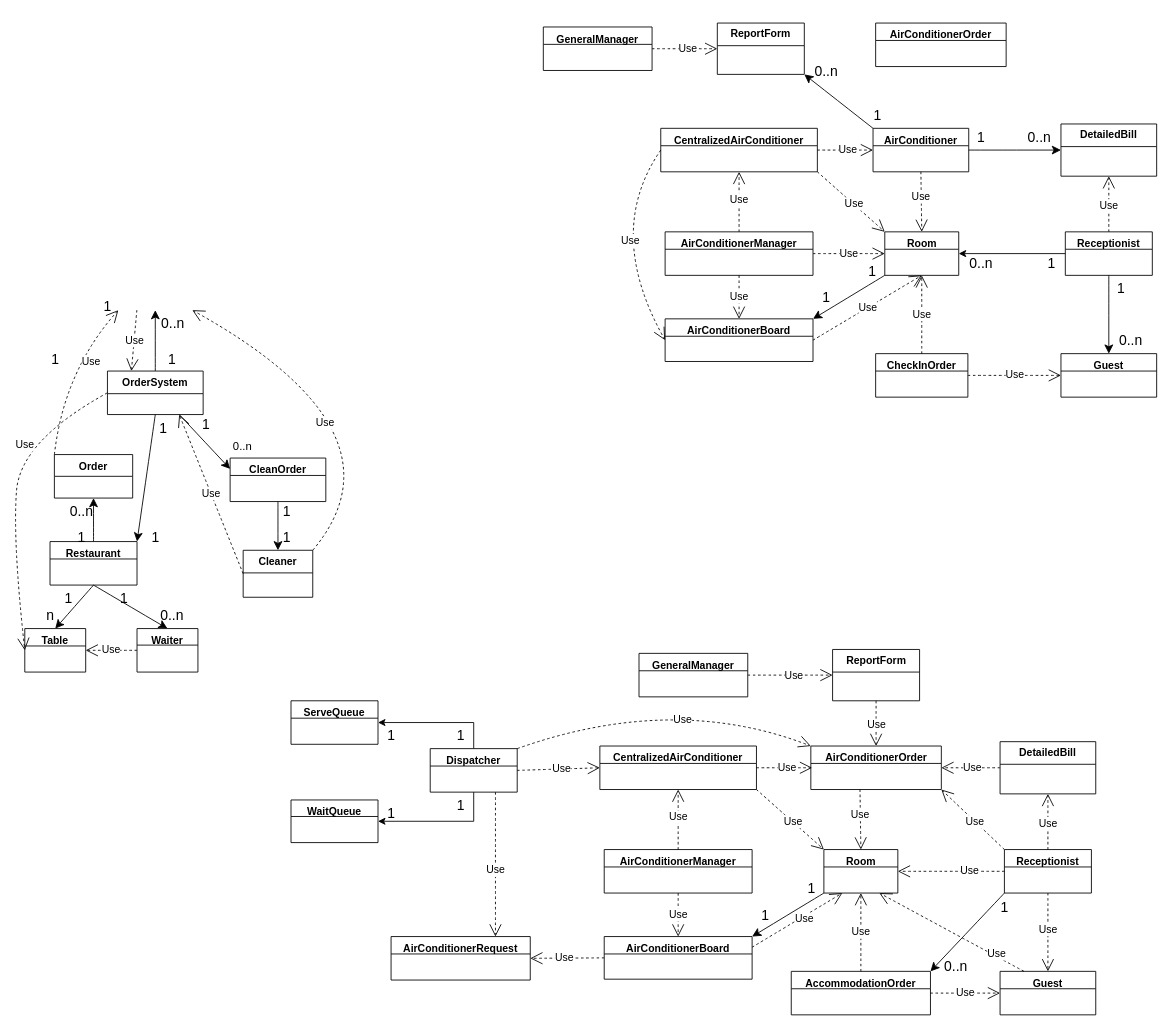
Before: UML.drawio in lyhkk/Test, a draw.io diagram. Source tidied: cells renumbered, new cells numbered last; positions are measured from the earlier drawing's top-left corner, leaving out a move shared by most shapes. Both pictures are drawn from the tidied source at 87%, with x=0, y=0 at pixel (12, 23).
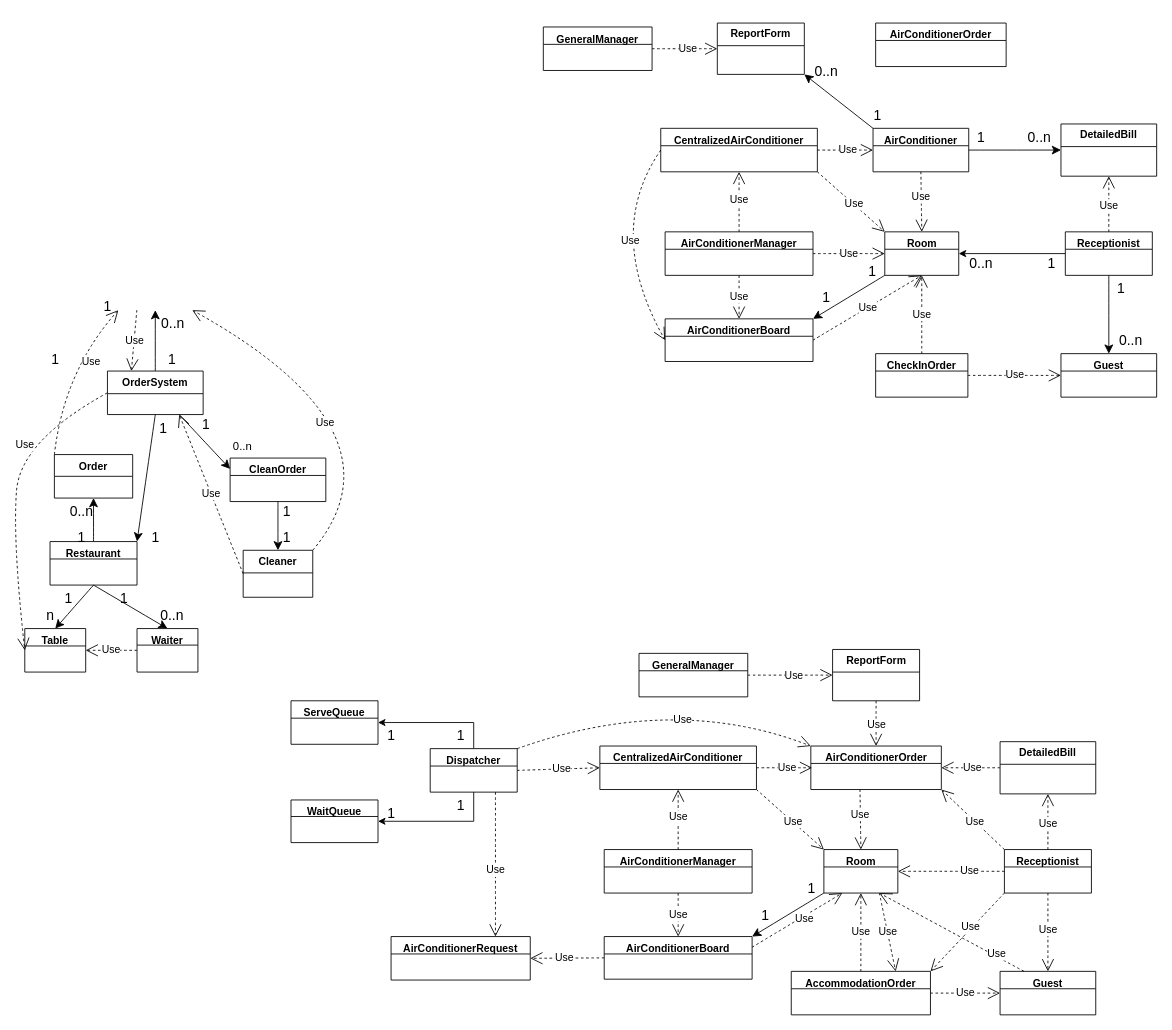
The same diagram, later.

The change refers to these unchanged cells:
```xml
<mxCell id="79" value="Room" style="swimlane;fontStyle=1;align=center;verticalAlign=top;horizontal=1;startSize=20;whiteSpace=wrap;html=1;" parent="1" vertex="1" collapsed="1">
  <mxGeometry x="932.5" y="950" width="85" height="50" as="geometry" />
</mxCell>
<mxCell id="83" value="Receptionist" style="swimlane;fontStyle=1;align=center;verticalAlign=top;horizontal=1;startSize=20;whiteSpace=wrap;html=1;" parent="1" vertex="1" collapsed="1">
  <mxGeometry x="1140" y="950" width="100" height="50" as="geometry" />
</mxCell>
<mxCell id="101" value="AccommodationOrder" style="swimlane;fontStyle=1;align=center;verticalAlign=top;horizontal=1;startSize=20;whiteSpace=wrap;html=1;" parent="1" vertex="1" collapsed="1">
  <mxGeometry x="895" y="1090" width="160" height="50" as="geometry" />
</mxCell>
```

What changed in the source:
```diff
@@
-    <mxCell id="82" style="edgeStyle=none;curved=1;rounded=0;jettySize=auto;html=1;exitX=0;exitY=1;exitDx=0;exitDy=0;entryX=1;entryY=0;entryDx=0;entryDy=0;fontSize=12;startSize=8;endSize=8;" parent="1" edge="1" source="83" target="101">
-      <mxGeometry relative="1" as="geometry" />
-    </mxCell>
@@
-    <mxCell id="108" value="1" style="text;html=1;align=center;verticalAlign=middle;strokeColor=none;fillColor=none;fontSize=16;" parent="1" vertex="1">
-      <mxGeometry x="1125" y="1001" width="30" height="30" as="geometry" />
-    </mxCell>
-    <mxCell id="109" value="0..n" style="text;html=1;align=center;verticalAlign=middle;strokeColor=none;fillColor=none;fontSize=16;" parent="1" vertex="1">
-      <mxGeometry x="1059" y="1069" width="50" height="30" as="geometry" />
-    </mxCell>
@@
+    <mxCell id="127" value="Use" style="endArrow=open;endSize=12;dashed=1;html=1;rounded=0;fontSize=12;curved=1;exitX=0.75;exitY=1;exitDx=0;exitDy=0;entryX=0.75;entryY=0;entryDx=0;entryDy=0;" parent="1" edge="1" source="79" target="101">
+      <mxGeometry relative="1" as="geometry" />
+    </mxCell>
+    <mxCell id="82" value="Use" style="endArrow=open;endSize=12;dashed=1;html=1;rounded=0;fontSize=12;curved=1;exitX=0;exitY=1;exitDx=0;exitDy=0;entryX=1;entryY=0;entryDx=0;entryDy=0;" parent="1" edge="1" source="83" target="101">
+      <mxGeometry x="-0.09" y="-2" relative="1" as="geometry">
+        <mxPoint x="1" as="offset" />
+      </mxGeometry>
+    </mxCell>
```
